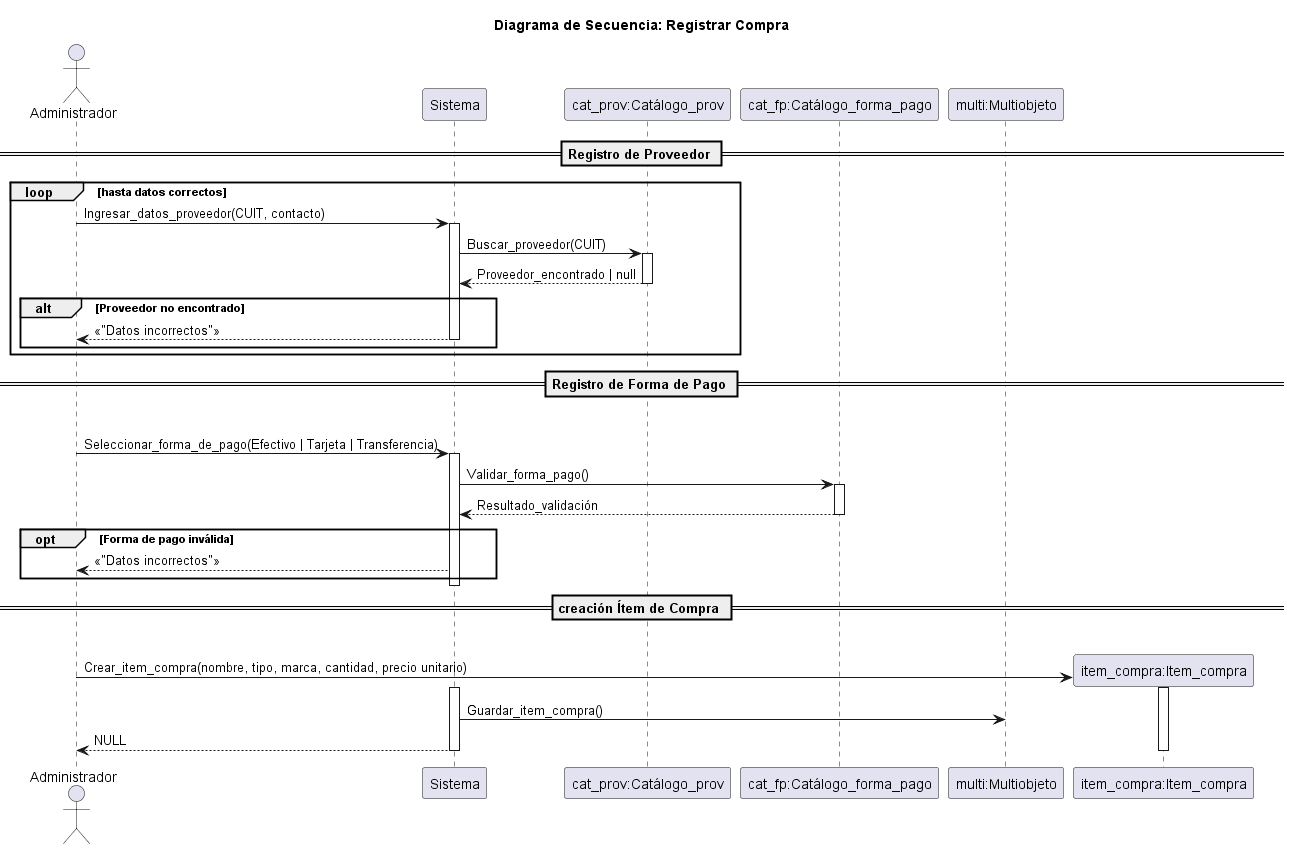
Before: 08-Diagrama-secuencia/compra.png, a diagram exported from PlantUML (Luci1274/PPI_Proyecto_gomeria).
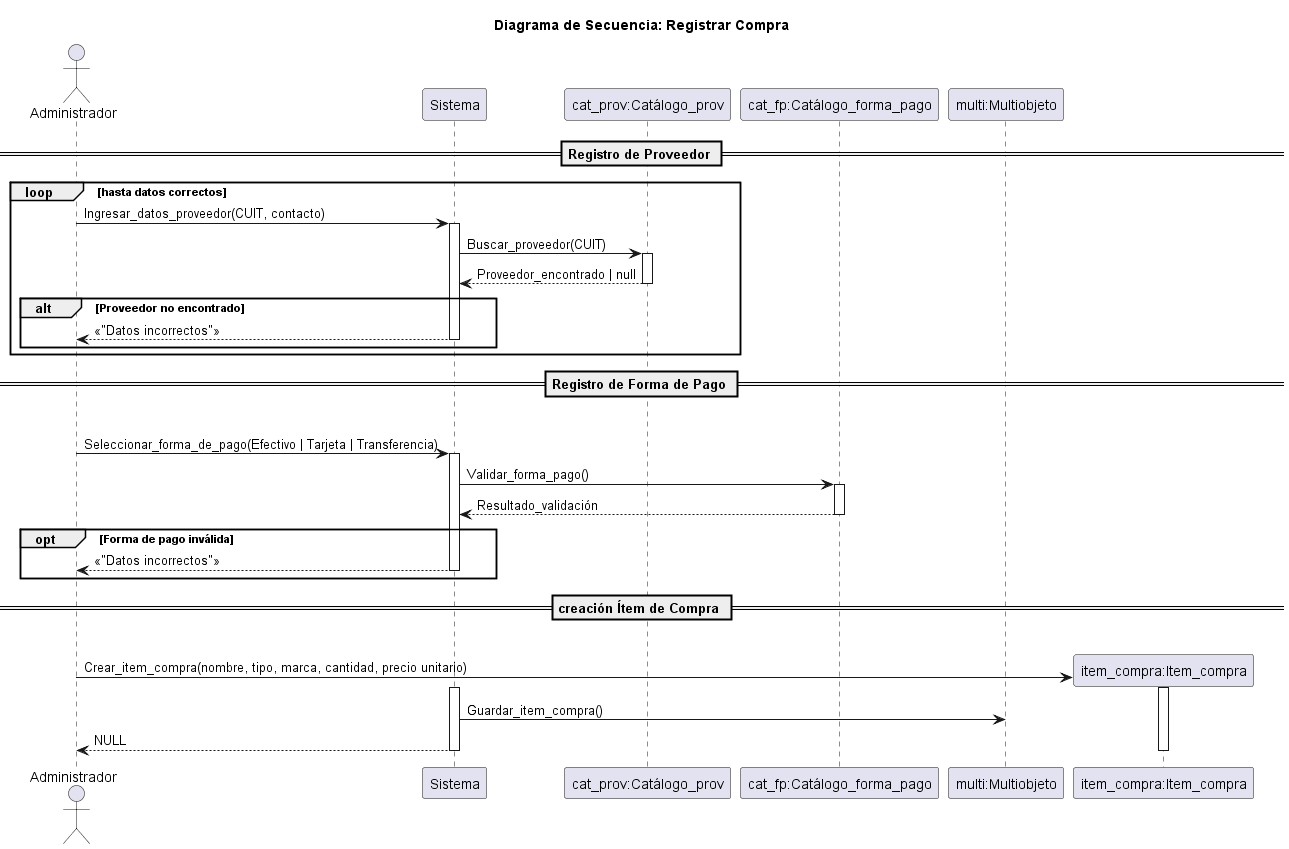
After the change.

Change to the diagram source:
```diff
@@ -34,8 +34,9 @@
 
 opt Forma de pago inválida
     Sistema --> Administrador: <<"Datos incorrectos">>
+    deactivate Sistema
 end
-deactivate Sistema
+
 
 == creación Ítem de Compra ==
 loop tantas veces como se desee
```
